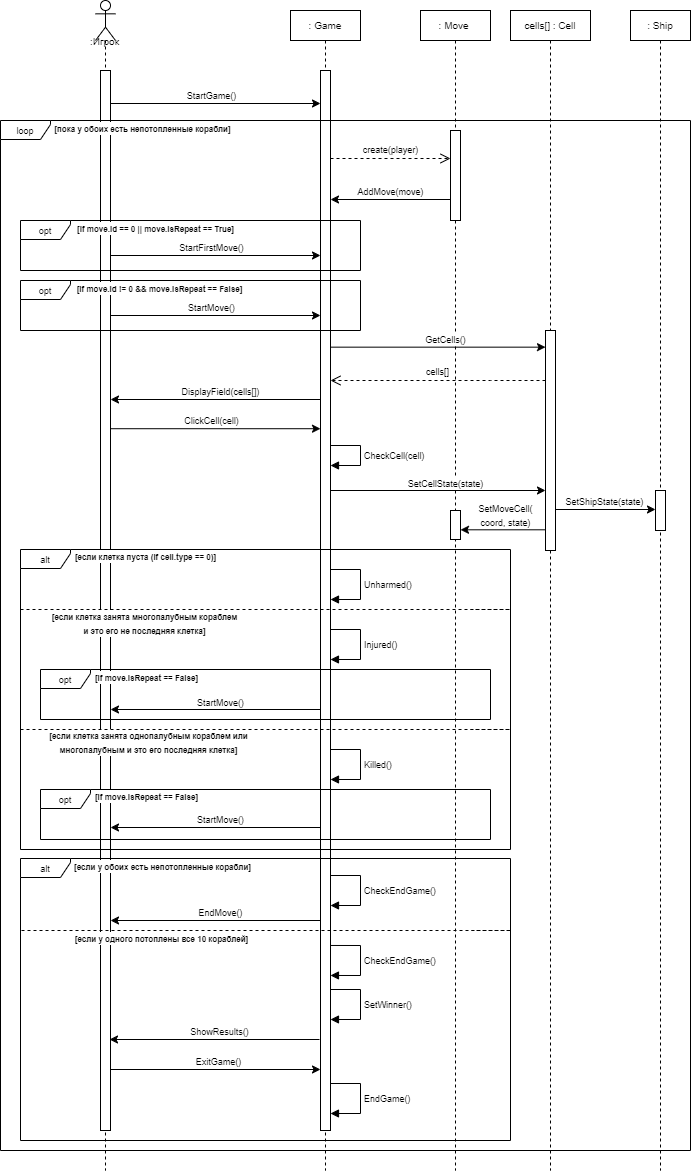
This is images/lab4_4.png from katefomkina/sea-battle, a draw.io export, as it was before one commit. Source tidied: cells renumbered, new cells last; positions are measured from the earlier drawing's top-left corner, leaving out a move shared by most shapes.
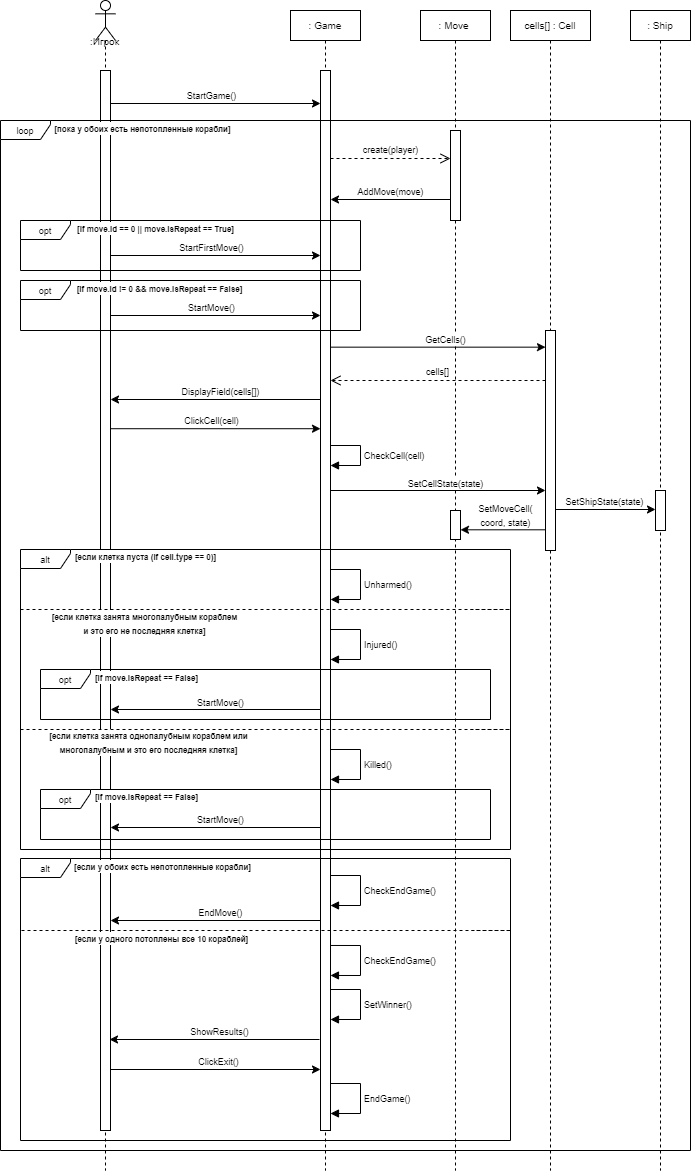
Later version of the same file.

Diff of the diagram source:
```diff
@@ -407,7 +407,7 @@
         <mxPoint x="320" y="1069" as="targetPoint" />
       </mxGeometry>
     </mxCell>
-    <mxCell id="79" value="&lt;font style=&quot;font-size: 9px;&quot;&gt;ExitGame()&lt;/font&gt;" style="edgeLabel;html=1;align=center;verticalAlign=middle;" parent="78" vertex="1">
+    <mxCell id="79" value="&lt;font style=&quot;font-size: 9px;&quot;&gt;ClickExit()&lt;/font&gt;" style="edgeLabel;html=1;align=center;verticalAlign=middle;" parent="78" vertex="1">
       <mxGeometry x="0.17" y="1" relative="1" as="geometry">
         <mxPoint x="-16" y="-8" as="offset" />
       </mxGeometry>
```
